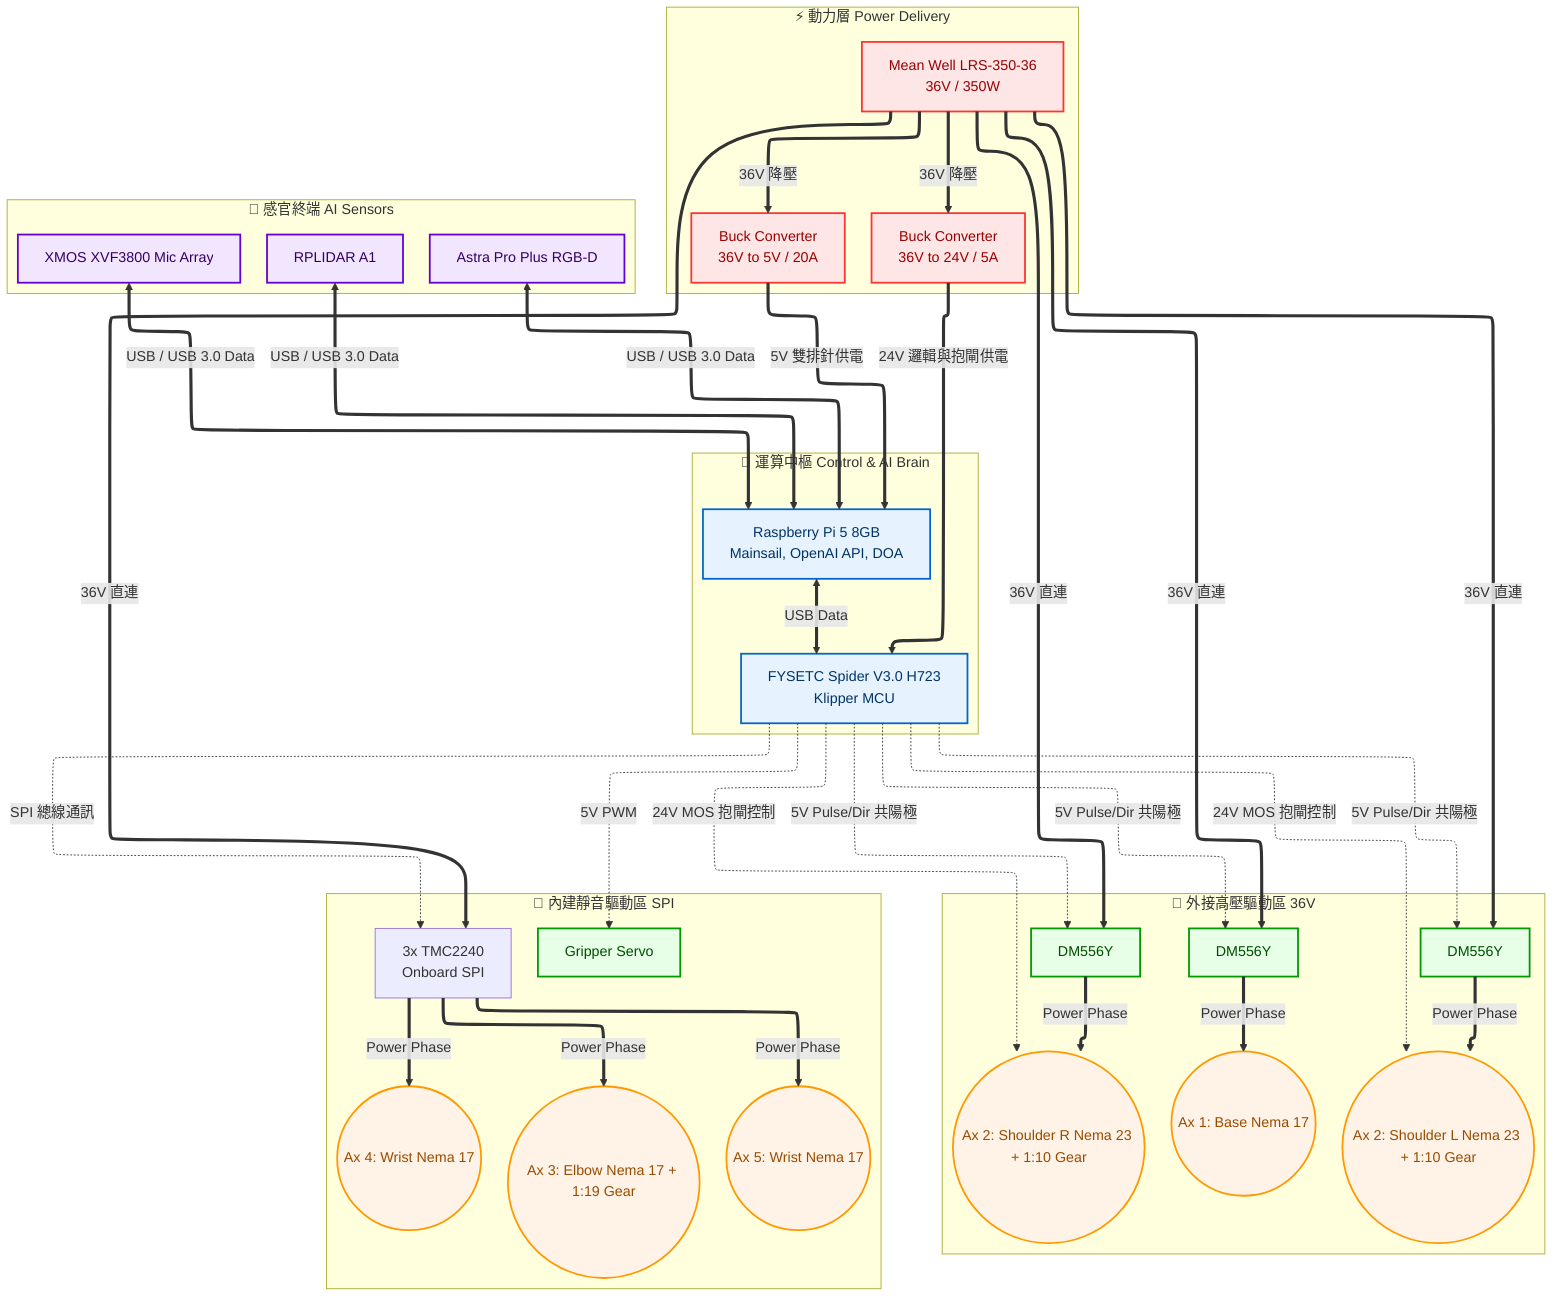
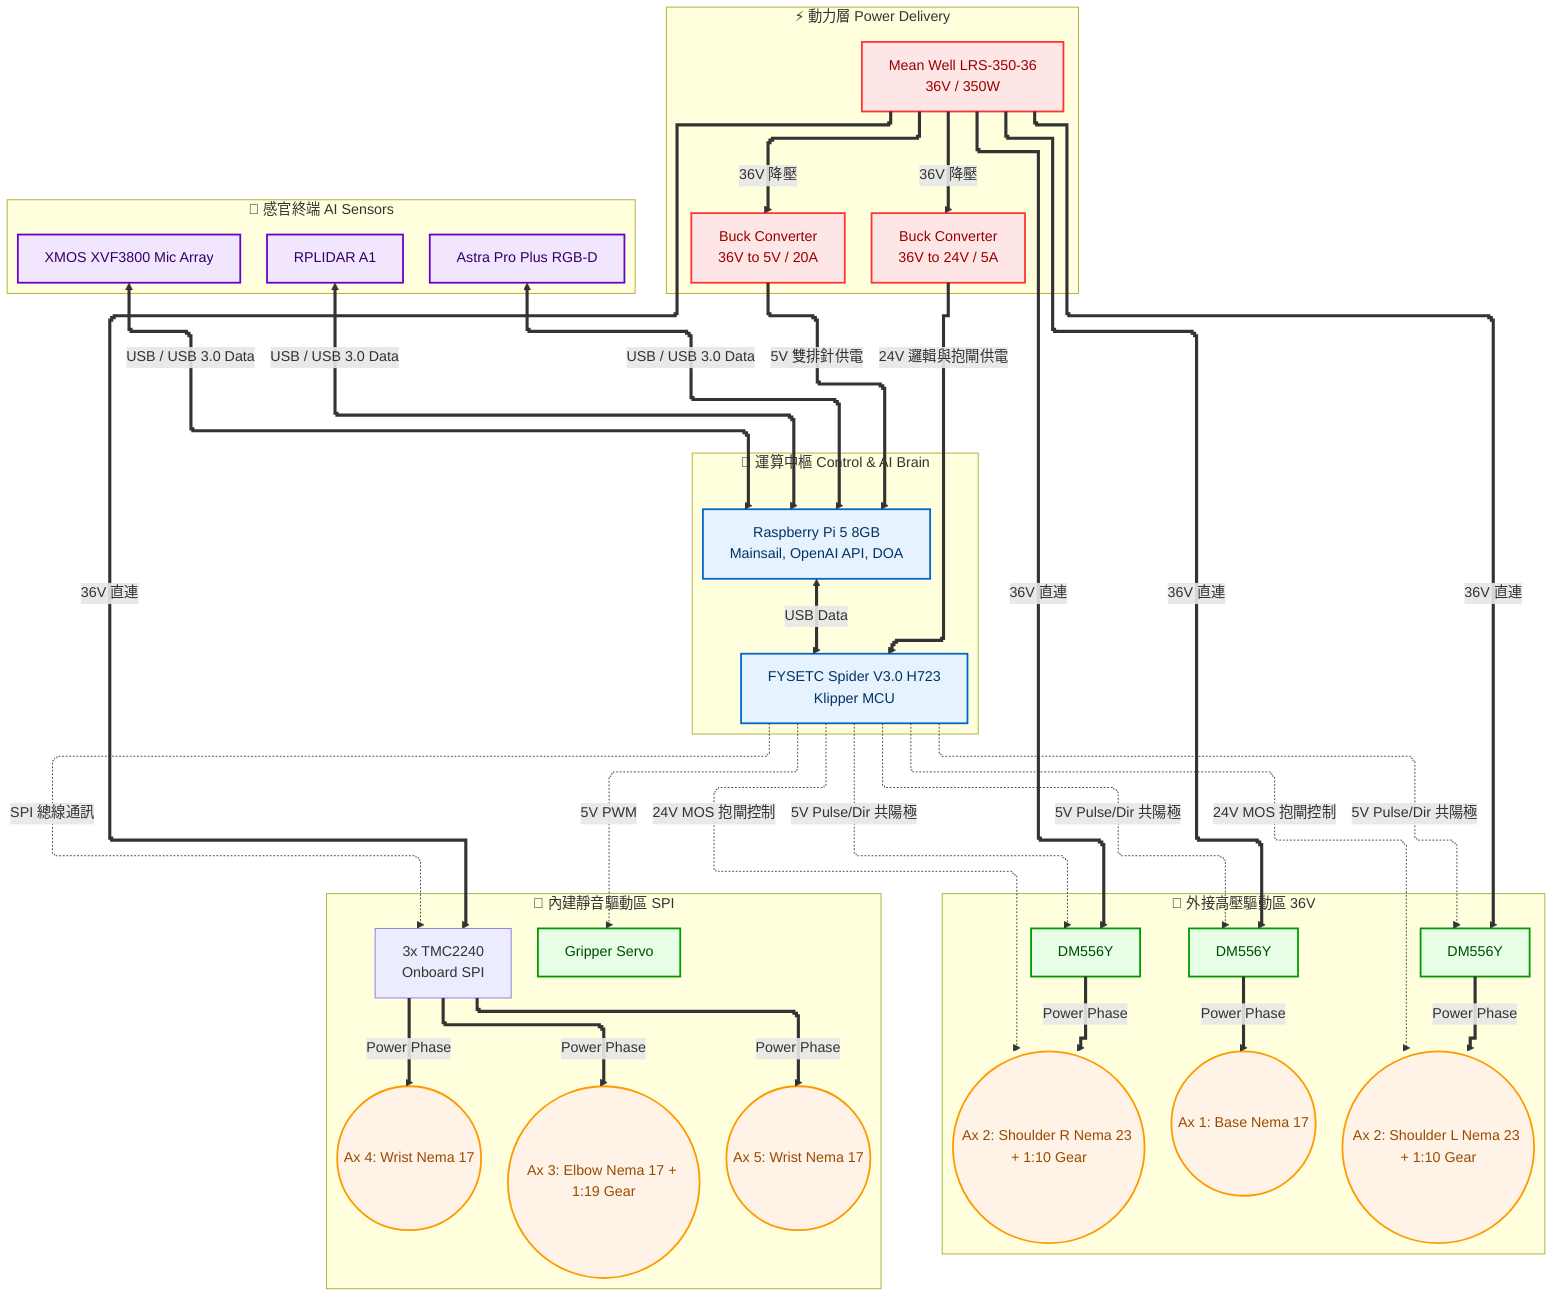
---
config:
  layout: elk
---
+ %%{init: {"flowchart": {"curve": "stepBefore"}}}%%
flowchart TB
 subgraph PowerLayer["⚡ 動力層 Power Delivery"]
    direction LR
        PSU["Mean Well LRS-350-36<br>36V / 350W"]
        Buck5V["Buck Converter<br>36V to 5V / 20A"]
        Buck24V["Buck Converter<br>36V to 24V / 5A"]
  end
 subgraph ComputeLayer["🧠 運算中樞 Control & AI Brain"]
    direction LR
        Pi5["Raspberry Pi 5 8GB<br>Mainsail, OpenAI API, DOA"]
        Spider["FYSETC Spider V3.0 H723<br>Klipper MCU"]
  end
 subgraph SensorLayer["👀 感官終端 AI Sensors"]
    direction TB
        Mic["XMOS XVF3800 Mic Array"]
        Cam["Astra Pro Plus RGB-D"]
        Lidar["RPLIDAR A1"]
  end
 subgraph ExtDrive["🦾 外接高壓驅動區 36V"]
    direction TB
        DM1["DM556Y"]
        DM2L["DM556Y"]
        DM2R["DM556Y"]
        M1(("Ax 1: Base Nema 17"))
        M2L(("Ax 2: Shoulder L Nema 23 + 1:10 Gear"))
        M2R(("Ax 2: Shoulder R Nema 23 + 1:10 Gear"))
  end
 subgraph IntDrive["🦾 內建靜音驅動區 SPI"]
    direction TB
        TMC["3x TMC2240<br>Onboard SPI"]
        M3(("Ax 3: Elbow Nema 17 + 1:19 Gear"))
        M4(("Ax 4: Wrist Nema 17"))
        M5(("Ax 5: Wrist Nema 17"))
        Servo["Gripper Servo"]
  end
    PSU == 36V 直連 ==> DM1 & DM2L & DM2R & TMC
    PSU == 36V 降壓 ==> Buck5V & Buck24V
    Buck5V == 5V 雙排針供電 ==> Pi5
    Buck24V == 24V 邏輯與抱閘供電 ==> Spider
    Mic <== "USB / USB 3.0 Data" ==> Pi5
    Cam <== "USB / USB 3.0 Data" ==> Pi5
    Lidar <== "USB / USB 3.0 Data" ==> Pi5
    Pi5 <== USB Data ==> Spider
    Spider -. 5V Pulse/Dir 共陽極 .-> DM1 & DM2L & DM2R
    Spider -. SPI 總線通訊 .-> TMC
    Spider -. 24V MOS 抱閘控制 .-> M2L & M2R
    Spider -. 5V PWM .-> Servo
    DM1 == Power Phase ===> M1
    DM2L == Power Phase ===> M2L
    DM2R == Power Phase ===> M2R
    TMC == Power Phase ===> M3 & M4 & M5

     PSU:::power
     Buck5V:::power
     Buck24V:::power
     Pi5:::compute
     Spider:::compute
     Mic:::ai
     Cam:::ai
     Lidar:::ai
     DM1:::driver
     DM2L:::driver
     DM2R:::driver
     M1:::motor
     M2L:::motor
     M2R:::motor
     M3:::motor
     M4:::motor
     M5:::motor
     Servo:::driver
    classDef power fill:#ffe6e6,stroke:#ff3333,stroke-width:2px,color:#990000
    classDef compute fill:#e6f3ff,stroke:#0066cc,stroke-width:2px,color:#003366
    classDef driver fill:#e6ffe6,stroke:#009900,stroke-width:2px,color:#004d00
    classDef motor fill:#fff2e6,stroke:#ff9900,stroke-width:2px,color:#994c00
    classDef ai fill:#f2e6ff,stroke:#6600cc,stroke-width:2px,color:#330066
